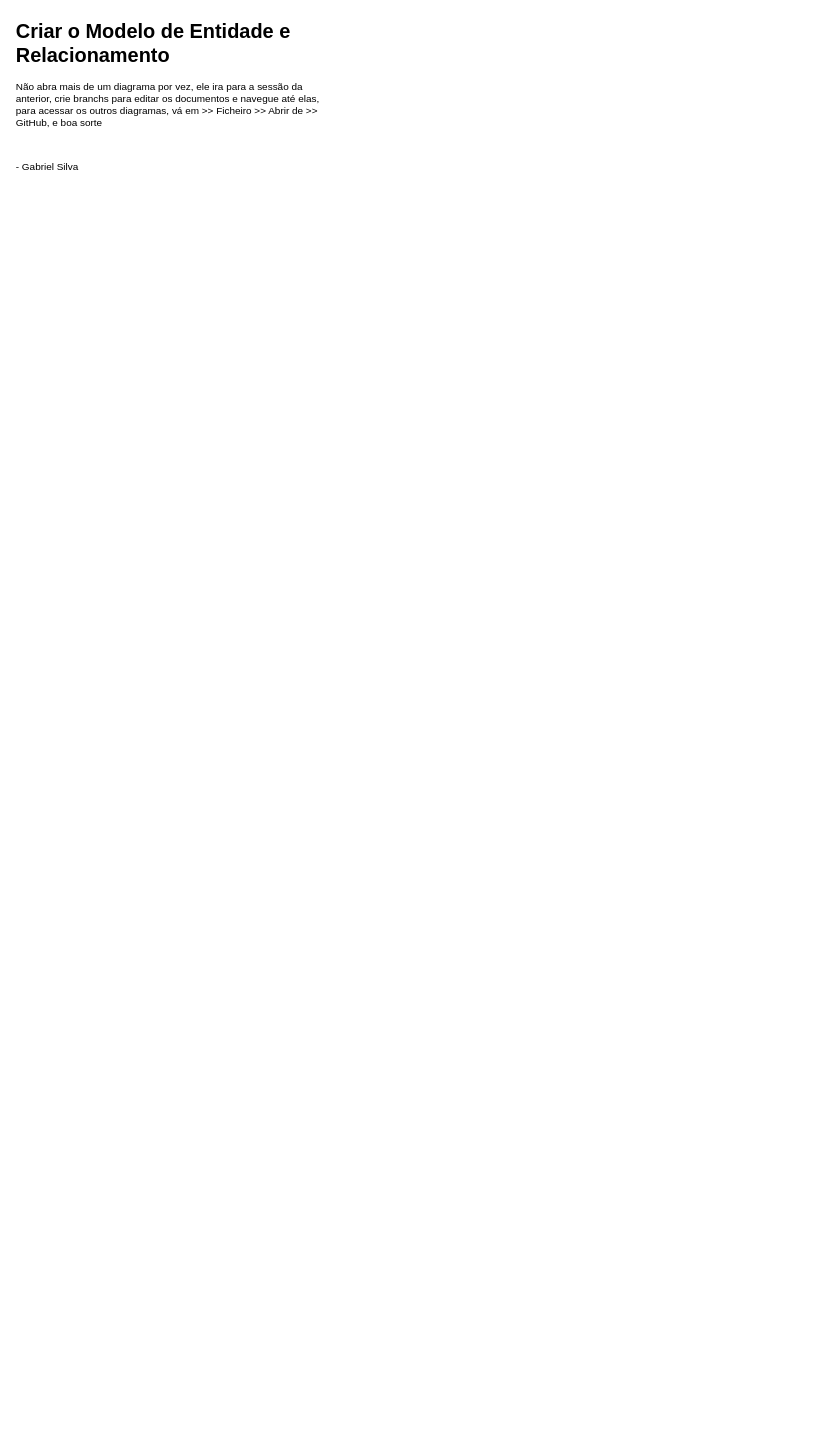
Before: Diagramas/modelo_entidade_relacionamento.drawio in Organization-Meets/Meets_Docs, a draw.io diagram. Source tidied: cells renumbered, new cells numbered last; positions are measured from the earlier drawing's top-left corner, leaving out a move shared by most shapes. Both pictures are drawn from the tidied source at 83%, with x=0, y=0 at pixel (14, 14).
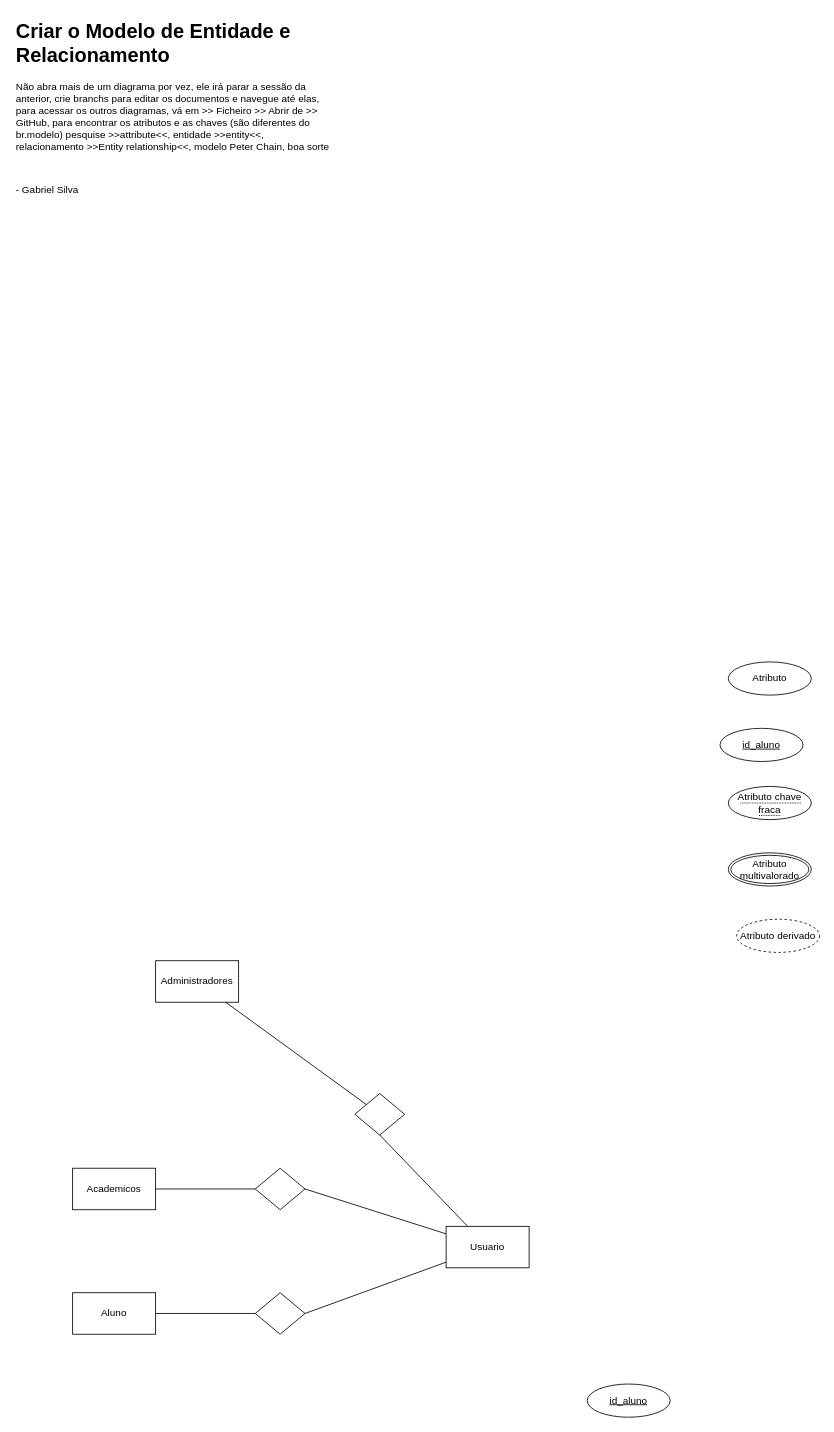
Above is the later version.

Change to the diagram source:
```diff
@@
-    <mxCell id="2" value="&lt;h1 style=&quot;margin-top: 0px;&quot;&gt;Criar o Modelo de Entidade e Relacionamento&lt;/h1&gt;&lt;h1 style=&quot;margin-top: 0px;&quot;&gt;&lt;p style=&quot;font-size: 12px; font-weight: 400;&quot;&gt;Não abra mais de um diagrama por vez, ele ira para a sessão da anterior, crie branchs para editar os documentos e navegue até elas, para acessar os outros diagramas, vá em &amp;gt;&amp;gt; Ficheiro &amp;gt;&amp;gt; Abrir de &amp;gt;&amp;gt; GitHub, e boa sorte&lt;/p&gt;&lt;p style=&quot;font-size: 12px; font-weight: 400;&quot;&gt;&lt;br&gt;&lt;/p&gt;&lt;p style=&quot;font-size: 12px; font-weight: 400;&quot;&gt;- Gabriel Silva&lt;/p&gt;&lt;/h1&gt;" style="text;html=1;whiteSpace=wrap;overflow=hidden;rounded=0;" parent="1" vertex="1">
-      <mxGeometry width="370" height="210" as="geometry" />
+    <mxCell id="2" value="&lt;h1 style=&quot;margin-top: 0px;&quot;&gt;Criar o Modelo de Entidade e Relacionamento&lt;/h1&gt;&lt;h1 style=&quot;margin-top: 0px;&quot;&gt;&lt;p style=&quot;font-size: 12px; font-weight: 400;&quot;&gt;Não abra mais de um diagrama por vez, ele irá parar a sessão da anterior, crie branchs para editar os documentos e navegue até elas, para acessar os outros diagramas, vá em &amp;gt;&amp;gt; Ficheiro &amp;gt;&amp;gt; Abrir de &amp;gt;&amp;gt; GitHub, para encontrar os atributos e as chaves (são diferentes do br.modelo) pesquise &amp;gt;&amp;gt;attribute&amp;lt;&amp;lt;, entidade &amp;gt;&amp;gt;entity&amp;lt;&amp;lt;, relacionamento &amp;gt;&amp;gt;Entity relationship&amp;lt;&amp;lt;, modelo Peter Chain, boa sorte&lt;/p&gt;&lt;p style=&quot;font-size: 12px; font-weight: 400;&quot;&gt;&lt;br&gt;&lt;/p&gt;&lt;p style=&quot;font-size: 12px; font-weight: 400;&quot;&gt;- Gabriel Silva&lt;/p&gt;&lt;/h1&gt;" style="text;html=1;whiteSpace=wrap;overflow=hidden;rounded=0;" parent="1" vertex="1">
+      <mxGeometry width="380" height="240" as="geometry" />
     </mxCell>
+    <mxCell id="3" style="rounded=0;jettySize=auto;html=1;entryX=0.5;entryY=1;entryDx=0;entryDy=0;endArrow=none;endFill=0;" parent="1" edge="1" source="6" target="15">
+      <mxGeometry relative="1" as="geometry" />
+    </mxCell>
+    <mxCell id="4" style="rounded=0;jettySize=auto;html=1;entryX=1;entryY=0.5;entryDx=0;entryDy=0;endArrow=none;endFill=0;" parent="1" edge="1" source="6" target="13">
+      <mxGeometry relative="1" as="geometry" />
+    </mxCell>
+    <mxCell id="5" style="rounded=0;jettySize=auto;html=1;entryX=1;entryY=0.5;entryDx=0;entryDy=0;endArrow=none;endFill=0;" parent="1" edge="1" source="6" target="11">
+      <mxGeometry relative="1" as="geometry" />
+    </mxCell>
+    <mxCell id="6" value="Usuario" style="html=1;dashed=0;whiteSpace=wrap;" parent="1" vertex="1">
+      <mxGeometry x="520" y="1460" width="100" height="50" as="geometry" />
+    </mxCell>
+    <mxCell id="7" value="Academicos" style="html=1;dashed=0;whiteSpace=wrap;" parent="1" vertex="1">
+      <mxGeometry x="70" y="1390" width="100" height="50" as="geometry" />
+    </mxCell>
+    <mxCell id="8" value="Aluno" style="html=1;dashed=0;whiteSpace=wrap;" parent="1" vertex="1">
+      <mxGeometry x="70" y="1540" width="100" height="50" as="geometry" />
+    </mxCell>
+    <mxCell id="9" value="Administradores" style="html=1;dashed=0;whiteSpace=wrap;" parent="1" vertex="1">
+      <mxGeometry x="170" y="1140" width="100" height="50" as="geometry" />
+    </mxCell>
+    <mxCell id="10" style="edgeStyle=orthogonalEdgeStyle;rounded=0;jettySize=auto;html=1;endArrow=none;endFill=0;" parent="1" edge="1" source="11" target="8">
+      <mxGeometry relative="1" as="geometry" />
+    </mxCell>
+    <mxCell id="11" style="shape=rhombus;html=1;dashed=0;whiteSpace=wrap;perimeter=rhombusPerimeter;" parent="1" vertex="1">
+      <mxGeometry x="290" y="1540" width="60" height="50" as="geometry" />
+    </mxCell>
+    <mxCell id="12" style="edgeStyle=orthogonalEdgeStyle;rounded=0;jettySize=auto;html=1;endArrow=none;endFill=0;" parent="1" edge="1" source="13" target="7">
+      <mxGeometry relative="1" as="geometry" />
+    </mxCell>
+    <mxCell id="13" style="shape=rhombus;html=1;dashed=0;whiteSpace=wrap;perimeter=rhombusPerimeter;" parent="1" vertex="1">
+      <mxGeometry x="290" y="1390" width="60" height="50" as="geometry" />
+    </mxCell>
+    <mxCell id="14" style="rounded=0;jettySize=auto;html=1;endArrow=none;endFill=0;" parent="1" edge="1" source="15" target="9">
+      <mxGeometry relative="1" as="geometry" />
+    </mxCell>
+    <mxCell id="15" style="shape=rhombus;html=1;dashed=0;whiteSpace=wrap;perimeter=rhombusPerimeter;" parent="1" vertex="1">
+      <mxGeometry x="410" y="1300" width="60" height="50" as="geometry" />
+    </mxCell>
+    <mxCell id="16" value="Atributo" style="ellipse;whiteSpace=wrap;html=1;align=center;" parent="1" vertex="1">
+      <mxGeometry x="860" y="780" width="100" height="40" as="geometry" />
+    </mxCell>
+    <mxCell id="17" value="id_aluno" style="ellipse;whiteSpace=wrap;html=1;align=center;fontStyle=4;" parent="1" vertex="1">
+      <mxGeometry x="690" y="1650" width="100" height="40" as="geometry" />
+    </mxCell>
+    <mxCell id="18" value="&lt;span style=&quot;border-bottom: 1px dotted&quot;&gt;Atributo chave fraca&lt;/span&gt;" style="ellipse;whiteSpace=wrap;html=1;align=center;" parent="1" vertex="1">
+      <mxGeometry x="860" y="930" width="100" height="40" as="geometry" />
+    </mxCell>
+    <mxCell id="19" value="Atributo derivado" style="ellipse;whiteSpace=wrap;html=1;align=center;dashed=1;" parent="1" vertex="1">
+      <mxGeometry x="870" y="1090" width="100" height="40" as="geometry" />
+    </mxCell>
+    <mxCell id="20" value="Atributo multivalorado" style="ellipse;shape=doubleEllipse;margin=3;whiteSpace=wrap;html=1;align=center;" parent="1" vertex="1">
+      <mxGeometry x="860" y="1010" width="100" height="40" as="geometry" />
+    </mxCell>
+    <mxCell id="21" value="id_aluno" style="ellipse;whiteSpace=wrap;html=1;align=center;fontStyle=4;" parent="1" vertex="1">
+      <mxGeometry x="850" y="860" width="100" height="40" as="geometry" />
+    </mxCell>
```
